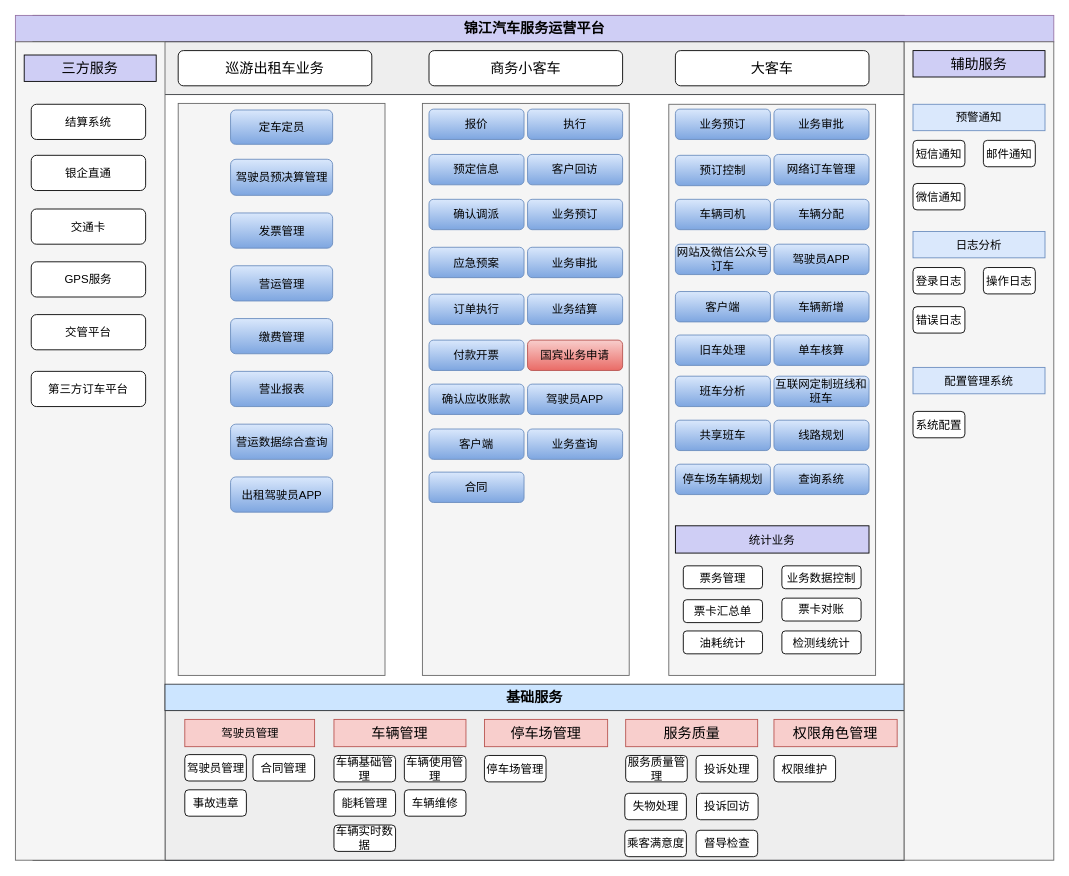
Above: 汽车公司业务流程图.drawio in ammengke/my-drawio (draw.io), before the change. Source tidied: cells renumbered, new cells numbered last; positions are measured from the earlier drawing's top-left corner, leaving out a move shared by most shapes. Both pictures are drawn from the tidied source at 88%, with x=0, y=0 at pixel (15, 15).
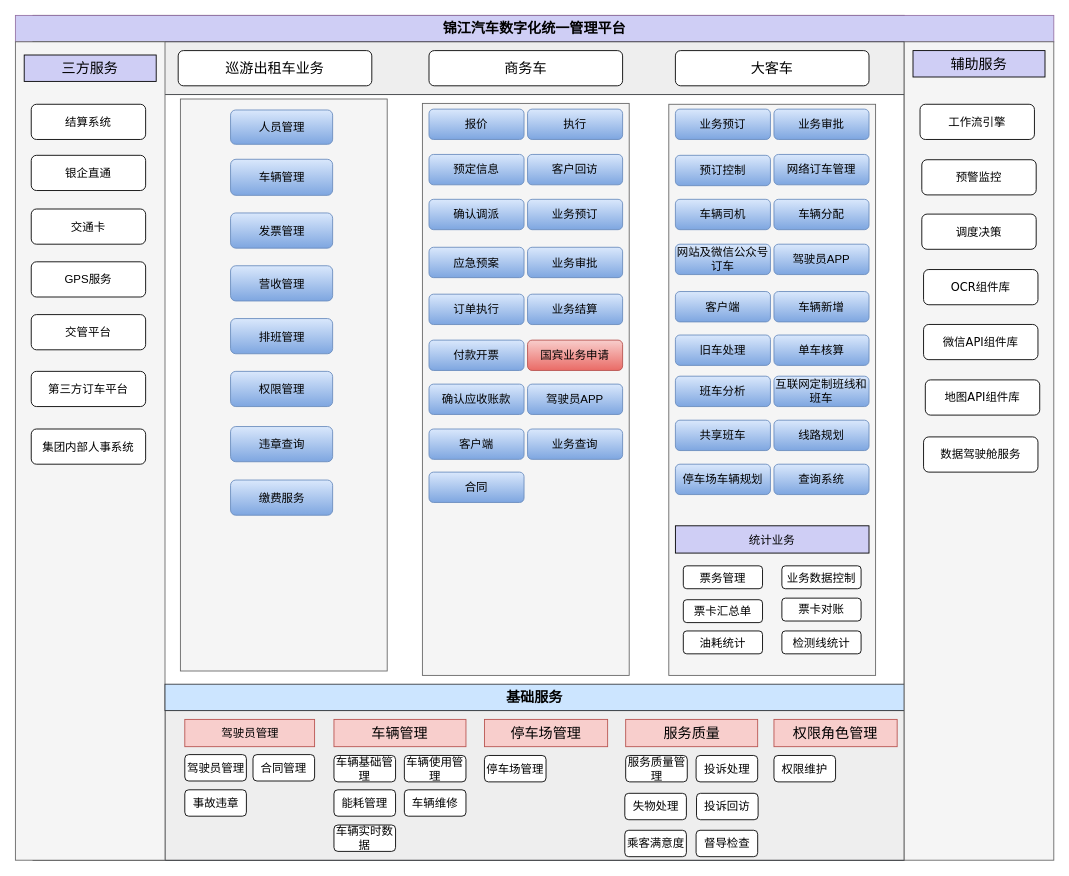
Above is the later version.

Commit message:
Update 汽车公司业务流程图.drawio

The edit, as a diff of the source:
```diff
@@
-    <mxCell id="3" value="锦江汽车服务运营平台" style="rounded=0;whiteSpace=wrap;html=1;fillColor=#CFCEF5;strokeColor=#9673a6;fontStyle=1;fontSize=16;" parent="1" vertex="1">
+    <mxCell id="3" value="锦江汽车数字化统一管理平台" style="rounded=0;whiteSpace=wrap;html=1;fillColor=#CFCEF5;strokeColor=#9673a6;fontStyle=1;fontSize=16;" parent="1" vertex="1">
       <mxGeometry width="1180" height="30" as="geometry" />
     </mxCell>
@@
-    <mxCell id="6" value="商务小客车" style="rounded=1;whiteSpace=wrap;html=1;fontSize=16;" parent="1" vertex="1">
+    <mxCell id="6" value="商务车" style="rounded=1;whiteSpace=wrap;html=1;fontSize=16;" parent="1" vertex="1">
       <mxGeometry x="470" y="40" width="220" height="40" as="geometry" />
     </mxCell>
@@
     <mxCell id="16" style="rounded=0;whiteSpace=wrap;html=1;fontSize=13;fillColor=#f5f5f5;strokeColor=#666666;fontColor=#333333;" parent="1" vertex="1">
-      <mxGeometry x="185" y="100" width="235" height="650" as="geometry" />
+      <mxGeometry x="187.5" y="95" width="235" height="650" as="geometry" />
     </mxCell>
-    <mxCell id="17" value="定车定员" style="rounded=1;whiteSpace=wrap;html=1;fontSize=13;fillColor=#dae8fc;strokeColor=#6c8ebf;gradientColor=#7ea6e0;" parent="1" vertex="1">
+    <mxCell id="17" value="人员管理" style="rounded=1;whiteSpace=wrap;html=1;fontSize=13;fillColor=#dae8fc;strokeColor=#6c8ebf;gradientColor=#7ea6e0;" parent="1" vertex="1">
       <mxGeometry x="244.5" y="107.5" width="116" height="39" as="geometry" />
     </mxCell>
-    <mxCell id="18" value="驾驶员预决算管理" style="rounded=1;whiteSpace=wrap;html=1;fontSize=13;fillColor=#dae8fc;strokeColor=#6c8ebf;gradientColor=#7ea6e0;" parent="1" vertex="1">
+    <mxCell id="18" value="车辆管理" style="rounded=1;whiteSpace=wrap;html=1;fontSize=13;fillColor=#dae8fc;strokeColor=#6c8ebf;gradientColor=#7ea6e0;" parent="1" vertex="1">
       <mxGeometry x="244.5" y="163.5" width="116" height="41" as="geometry" />
     </mxCell>
@@
-    <mxCell id="20" value="营运管理" style="rounded=1;whiteSpace=wrap;html=1;fontSize=13;fillColor=#dae8fc;strokeColor=#6c8ebf;gradientColor=#7ea6e0;" parent="1" vertex="1">
+    <mxCell id="20" value="营收管理" style="rounded=1;whiteSpace=wrap;html=1;fontSize=13;fillColor=#dae8fc;strokeColor=#6c8ebf;gradientColor=#7ea6e0;" parent="1" vertex="1">
       <mxGeometry x="244.5" y="284.5" width="116" height="40" as="geometry" />
     </mxCell>
-    <mxCell id="21" value="缴费管理" style="rounded=1;whiteSpace=wrap;html=1;fontSize=13;fillColor=#dae8fc;strokeColor=#6c8ebf;gradientColor=#7ea6e0;" parent="1" vertex="1">
+    <mxCell id="21" value="排班管理" style="rounded=1;whiteSpace=wrap;html=1;fontSize=13;fillColor=#dae8fc;strokeColor=#6c8ebf;gradientColor=#7ea6e0;" parent="1" vertex="1">
       <mxGeometry x="244.5" y="344.5" width="116" height="40" as="geometry" />
     </mxCell>
-    <mxCell id="22" value="营业报表" style="rounded=1;whiteSpace=wrap;html=1;fontSize=13;fillColor=#dae8fc;strokeColor=#6c8ebf;gradientColor=#7ea6e0;" parent="1" vertex="1">
+    <mxCell id="22" value="权限管理" style="rounded=1;whiteSpace=wrap;html=1;fontSize=13;fillColor=#dae8fc;strokeColor=#6c8ebf;gradientColor=#7ea6e0;" parent="1" vertex="1">
       <mxGeometry x="244.5" y="404.5" width="116" height="40" as="geometry" />
     </mxCell>
-    <mxCell id="23" value="营运数据综合查询" style="rounded=1;whiteSpace=wrap;html=1;fontSize=13;fillColor=#dae8fc;strokeColor=#6c8ebf;gradientColor=#7ea6e0;" parent="1" vertex="1">
-      <mxGeometry x="244.5" y="464.5" width="116" height="40" as="geometry" />
-    </mxCell>
-    <mxCell id="24" value="出租驾驶员APP" style="rounded=1;whiteSpace=wrap;html=1;fontSize=13;fillColor=#dae8fc;strokeColor=#6c8ebf;gradientColor=#7ea6e0;" parent="1" vertex="1">
-      <mxGeometry x="244.5" y="524.5" width="116" height="40" as="geometry" />
-    </mxCell>
@@
-    <mxCell id="94" value="预警通知" style="rounded=0;whiteSpace=wrap;html=1;fontSize=13;fillColor=#dae8fc;strokeColor=#6c8ebf;" parent="1" vertex="1">
-      <mxGeometry x="1020" y="101" width="150" height="30" as="geometry" />
-    </mxCell>
-    <mxCell id="95" value="短信通知" style="rounded=1;whiteSpace=wrap;html=1;fontSize=13;" parent="1" vertex="1">
-      <mxGeometry x="1020" y="142" width="59" height="30" as="geometry" />
-    </mxCell>
-    <mxCell id="96" value="邮件通知" style="rounded=1;whiteSpace=wrap;html=1;fontSize=13;" parent="1" vertex="1">
-      <mxGeometry x="1100" y="142" width="59" height="30" as="geometry" />
-    </mxCell>
-    <mxCell id="97" value="日志分析" style="rounded=0;whiteSpace=wrap;html=1;fontSize=13;fillColor=#dae8fc;strokeColor=#6c8ebf;" parent="1" vertex="1">
-      <mxGeometry x="1020" y="245.5" width="150" height="30" as="geometry" />
-    </mxCell>
-    <mxCell id="98" value="登录日志" style="rounded=1;whiteSpace=wrap;html=1;fontSize=13;" parent="1" vertex="1">
-      <mxGeometry x="1020" y="286.5" width="59" height="30" as="geometry" />
-    </mxCell>
-    <mxCell id="99" value="操作日志" style="rounded=1;whiteSpace=wrap;html=1;fontSize=13;" parent="1" vertex="1">
-      <mxGeometry x="1100" y="286.5" width="59" height="30" as="geometry" />
-    </mxCell>
-    <mxCell id="100" value="错误日志" style="rounded=1;whiteSpace=wrap;html=1;fontSize=13;" parent="1" vertex="1">
-      <mxGeometry x="1020" y="331" width="59" height="30" as="geometry" />
-    </mxCell>
-    <mxCell id="101" value="配置管理系统" style="rounded=0;whiteSpace=wrap;html=1;fontSize=13;fillColor=#dae8fc;strokeColor=#6c8ebf;" parent="1" vertex="1">
-      <mxGeometry x="1020" y="400" width="150" height="30" as="geometry" />
-    </mxCell>
-    <mxCell id="102" value="系统配置" style="rounded=1;whiteSpace=wrap;html=1;fontSize=13;" parent="1" vertex="1">
-      <mxGeometry x="1020" y="450" width="59" height="30" as="geometry" />
-    </mxCell>
-    <mxCell id="103" value="微信通知" style="rounded=1;whiteSpace=wrap;html=1;fontSize=13;" parent="1" vertex="1">
-      <mxGeometry x="1020" y="191" width="59" height="30" as="geometry" />
-    </mxCell>
+    <mxCell id="104" value="&lt;p class=&quot;MsoNormal&quot; style=&quot;font-size: 13px;&quot;&gt;&lt;span style=&quot;font-size: 13px;&quot;&gt;&lt;font style=&quot;font-size: 13px;&quot;&gt;工作流引擎&lt;/font&gt;&lt;/span&gt;&lt;/p&gt;" style="rounded=1;whiteSpace=wrap;html=1;fontSize=13;fontFamily=Verdana;" parent="1" vertex="1">
+      <mxGeometry x="1028" y="101" width="130" height="40" as="geometry" />
+    </mxCell>
+    <mxCell id="105" value="&lt;p class=&quot;MsoNormal&quot; style=&quot;font-size: 13px;&quot;&gt;&lt;span style=&quot;font-size: 13px;&quot;&gt;&lt;font style=&quot;font-size: 13px;&quot;&gt;预警监控&lt;/font&gt;&lt;/span&gt;&lt;/p&gt;" style="rounded=1;whiteSpace=wrap;html=1;fontSize=13;fontFamily=Verdana;" parent="1" vertex="1">
+      <mxGeometry x="1030" y="164" width="130" height="40" as="geometry" />
+    </mxCell>
+    <mxCell id="106" value="&lt;p class=&quot;MsoNormal&quot; style=&quot;font-size: 13px;&quot;&gt;&lt;span style=&quot;font-size: 13px;&quot;&gt;&lt;font style=&quot;font-size: 13px;&quot;&gt;调度决策&lt;/font&gt;&lt;/span&gt;&lt;/p&gt;" style="rounded=1;whiteSpace=wrap;html=1;fontSize=13;fontFamily=Verdana;" parent="1" vertex="1">
+      <mxGeometry x="1030" y="225.8" width="130" height="40" as="geometry" />
+    </mxCell>
+    <mxCell id="107" value="&lt;p class=&quot;MsoNormal&quot; style=&quot;font-size: 13px;&quot;&gt;&lt;span style=&quot;font-size: 13px;&quot;&gt;&lt;font style=&quot;font-size: 13px;&quot;&gt;OCR组件库&lt;/font&gt;&lt;/span&gt;&lt;/p&gt;" style="rounded=1;whiteSpace=wrap;html=1;fontSize=13;fontFamily=Verdana;" parent="1" vertex="1">
+      <mxGeometry x="1032" y="288.8" width="130" height="40" as="geometry" />
+    </mxCell>
+    <mxCell id="108" value="&lt;p class=&quot;MsoNormal&quot; style=&quot;font-size: 13px;&quot;&gt;&lt;span style=&quot;font-size: 13px;&quot;&gt;&lt;font style=&quot;font-size: 13px;&quot;&gt;微信&lt;/font&gt;API组件库&lt;/span&gt;&lt;/p&gt;" style="rounded=1;whiteSpace=wrap;html=1;fontSize=13;fontFamily=Verdana;" parent="1" vertex="1">
+      <mxGeometry x="1032" y="351.2" width="130" height="40" as="geometry" />
+    </mxCell>
+    <mxCell id="109" value="&lt;p class=&quot;MsoNormal&quot; style=&quot;font-size: 13px;&quot;&gt;&lt;span style=&quot;font-size: 13px;&quot;&gt;&lt;font style=&quot;font-size: 13px;&quot;&gt;地图&lt;/font&gt;API组件库&lt;/span&gt;&lt;/p&gt;" style="rounded=1;whiteSpace=wrap;html=1;fontSize=13;fontFamily=Verdana;" parent="1" vertex="1">
+      <mxGeometry x="1034" y="414.2" width="130" height="40" as="geometry" />
+    </mxCell>
+    <mxCell id="110" value="&lt;p class=&quot;MsoNormal&quot; style=&quot;font-size: 13px;&quot;&gt;&lt;span style=&quot;font-size: 13px;&quot;&gt;&lt;font style=&quot;font-size: 13px;&quot;&gt;数据驾驶舱服务&lt;/font&gt;&lt;/span&gt;&lt;/p&gt;" style="rounded=1;whiteSpace=wrap;html=1;fontSize=13;fontFamily=Verdana;" parent="1" vertex="1">
+      <mxGeometry x="1032" y="479" width="130" height="40" as="geometry" />
+    </mxCell>
+    <mxCell id="111" value="集团内部人事系统" style="rounded=1;whiteSpace=wrap;html=1;fontSize=13;" parent="1" vertex="1">
+      <mxGeometry x="18" y="470" width="130" height="40" as="geometry" />
+    </mxCell>
+    <mxCell id="112" value="违章查询" style="rounded=1;whiteSpace=wrap;html=1;fontSize=13;fillColor=#dae8fc;strokeColor=#6c8ebf;gradientColor=#7ea6e0;" parent="1" vertex="1">
+      <mxGeometry x="244.5" y="467.2" width="116" height="40" as="geometry" />
+    </mxCell>
+    <mxCell id="113" value="缴费服务" style="rounded=1;whiteSpace=wrap;html=1;fontSize=13;fillColor=#dae8fc;strokeColor=#6c8ebf;gradientColor=#7ea6e0;" parent="1" vertex="1">
+      <mxGeometry x="244.5" y="528" width="116" height="40" as="geometry" />
+    </mxCell>
```
